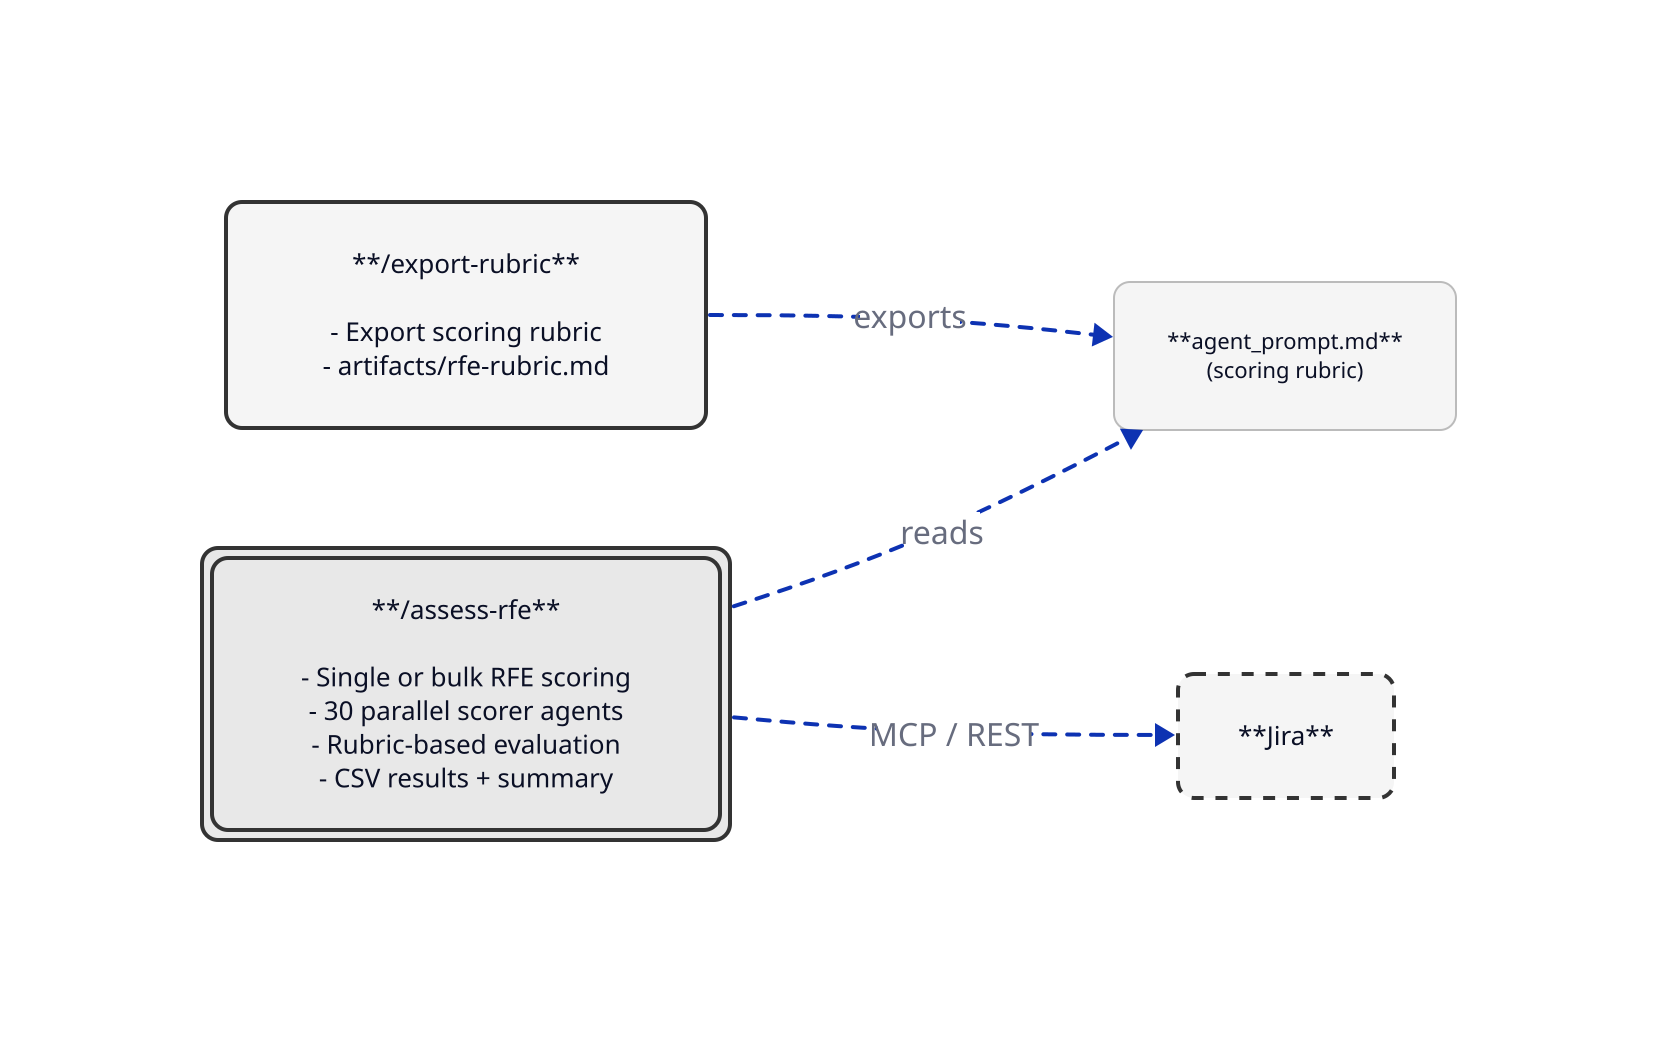
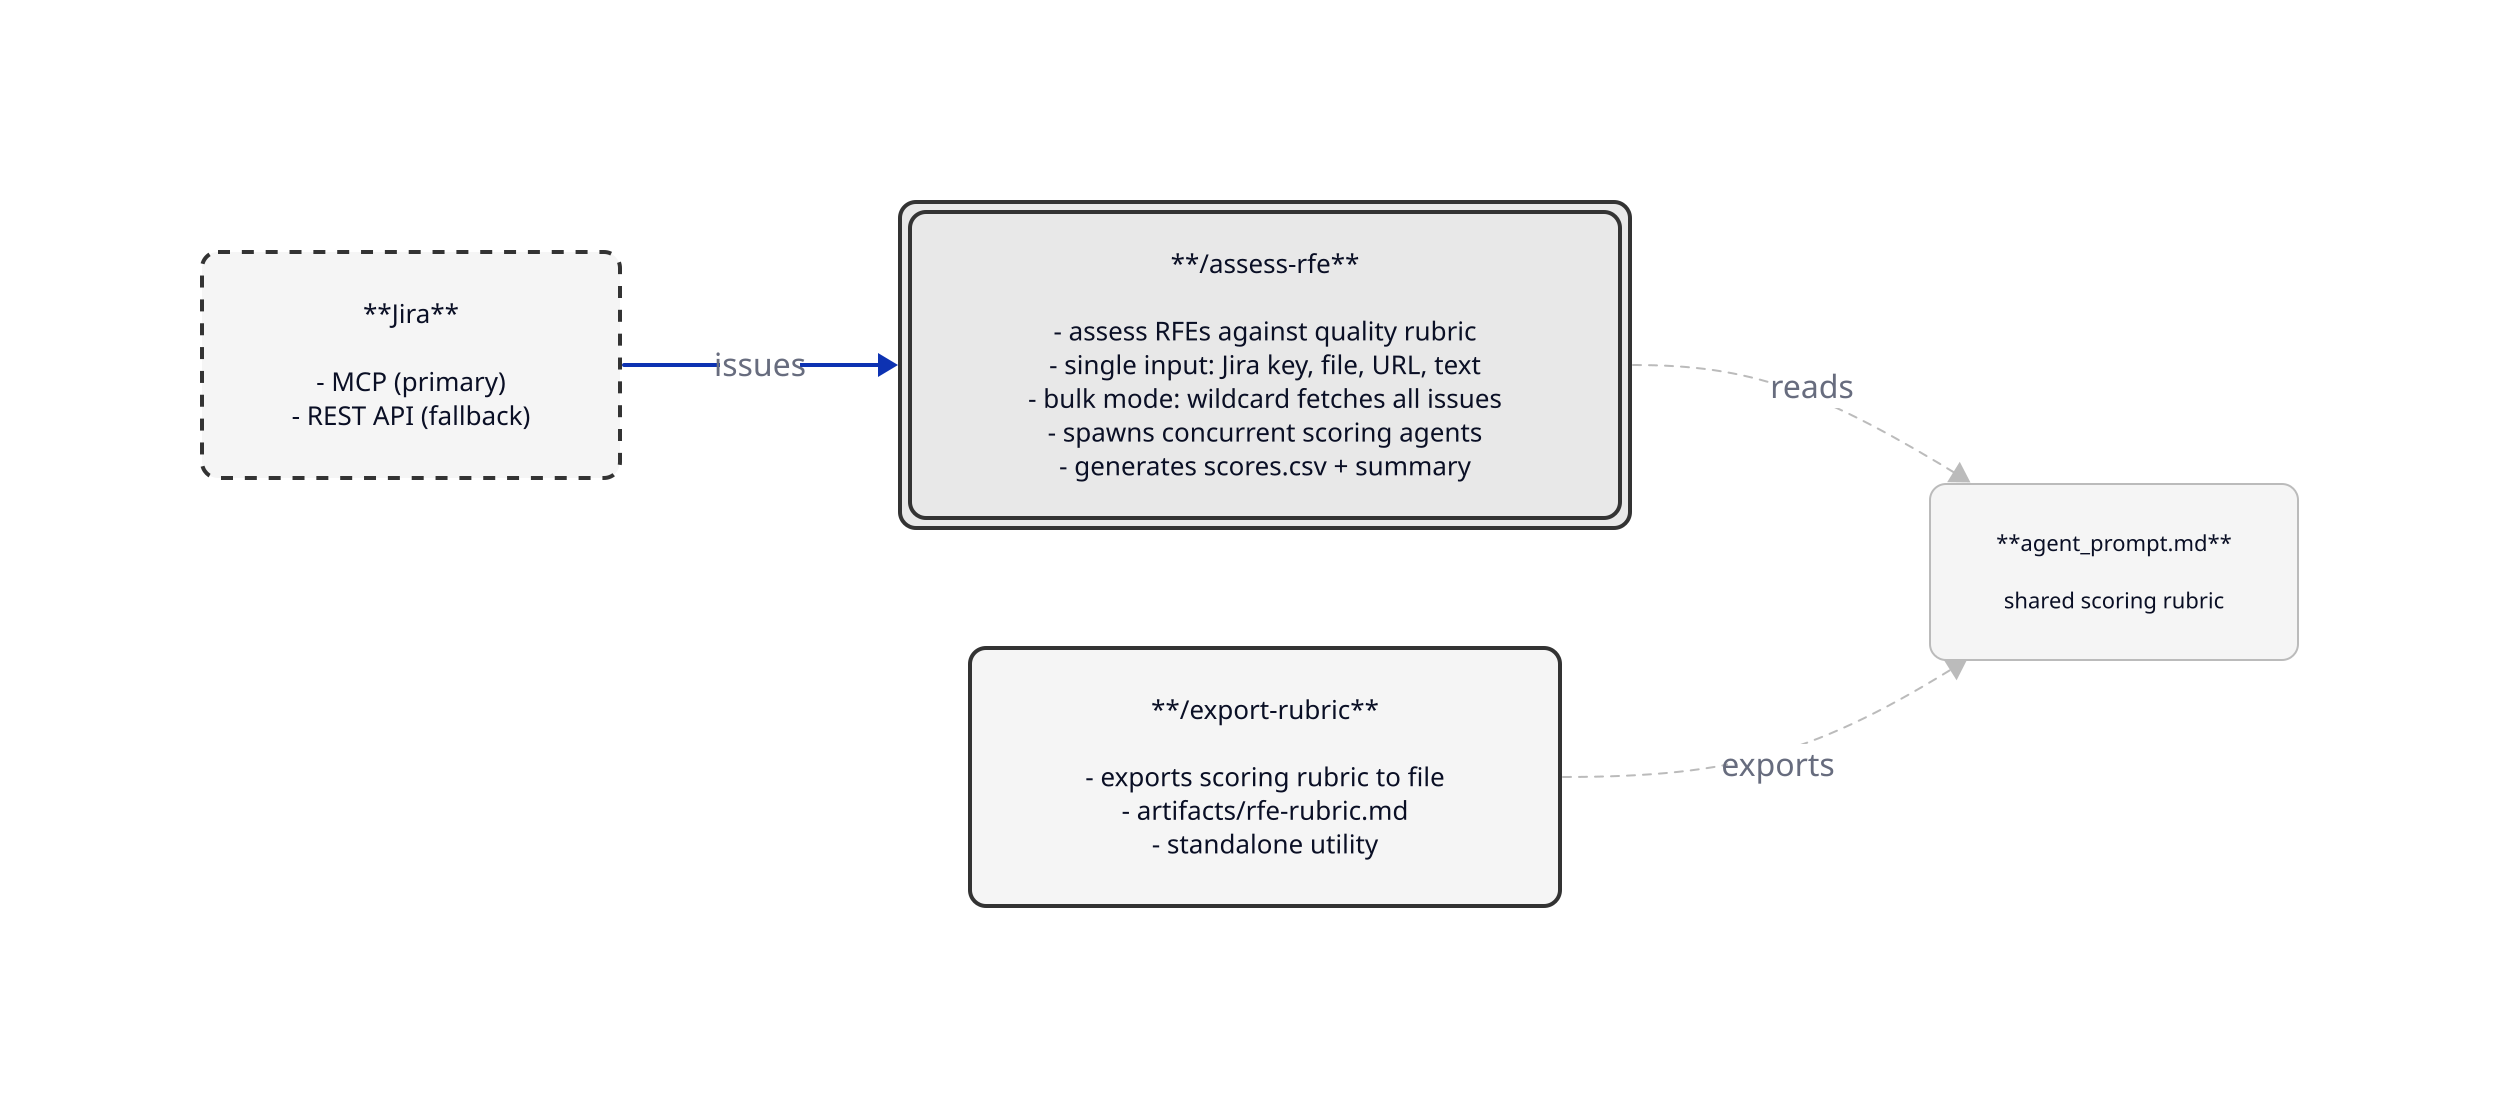
direction: right

*.style.border-radius: 8
*.style.font-size: 13
*.style.fill: "#f5f5f5"
*.style.stroke: "#333333"

# --- Skills ---

assess-rfe: |md
  **/assess-rfe**

-   - Single or bulk RFE scoring
-   - 30 parallel scorer agents
-   - Rubric-based evaluation
-   - CSV results + summary
+   - assess RFEs against quality rubric
+   - single input: Jira key, file, URL, text
+   - bulk mode: wildcard fetches all issues
+   - spawns concurrent scoring agents
+   - generates scores.csv + summary
| {
  shape: rectangle
  style.fill: "#e8e8e8"
  style.stroke: "#333333"
  style.stroke-width: 2
  style.double-border: true
}

export-rubric: |md
  **/export-rubric**

-   - Export scoring rubric
+   - exports scoring rubric to file
  - artifacts/rfe-rubric.md
+   - standalone utility
| {
  shape: rectangle
  style.fill: "#f5f5f5"
  style.stroke: "#333333"
  style.stroke-width: 2
}

- # --- Shared Artifact ---
+ # --- External Services ---
+ 
+ jira: |md
+   **Jira**
+ 
+   - MCP (primary)
+   - REST API (fallback)
+ | {
+   shape: rectangle
+   style.fill: "#f5f5f5"
+   style.stroke: "#333333"
+   style.stroke-width: 2
+   style.stroke-dash: 3
+ }
+ 
+ # --- Shared Resource ---

rubric: |md
  **agent_prompt.md**
-   (scoring rubric)
+ 
+   shared scoring rubric
| {
  shape: rectangle
  style.fill: "#f5f5f5"
  style.stroke: "#bbbbbb"
  style.stroke-width: 1
  style.font-size: 11
}

- # --- External ---
+ # --- Edges ---

- jira: |md
-   **Jira**
- | {
-   shape: rectangle
-   style.fill: "#f5f5f5"
-   style.stroke: "#333333"
-   style.stroke-width: 2
-   style.stroke-dash: 3
+ jira -> assess-rfe: "issues"
+ assess-rfe -> rubric: reads {
+   style.stroke: "#bbbbbb"
+   style.stroke-dash: 4
+   style.stroke-width: 1
}
- 
- # --- Flow ---
- 
- assess-rfe -> rubric: "reads" {
-   style.stroke-dash: 3
+ export-rubric -> rubric: exports {
+   style.stroke: "#bbbbbb"
+   style.stroke-dash: 4
+   style.stroke-width: 1
}
- export-rubric -> rubric: "exports" {
-   style.stroke-dash: 3
- }
- assess-rfe -> jira: "MCP / REST" {
-   style.stroke-dash: 3
- }
